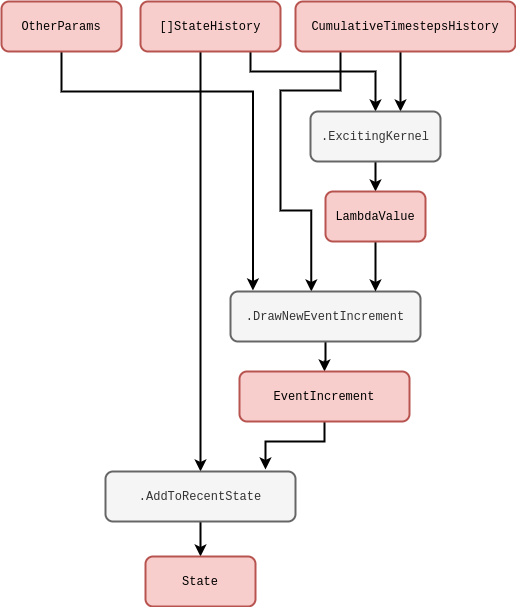
The draw.io diagram assets/stochadexI/stochadexI-hawkes-process.drawio.png in umbralcalc/umbralcalc.github.io, before a commit. Source tidied: cells renumbered, new cells last; positions are measured from the earlier drawing's top-left corner, leaving out a move shared by most shapes.
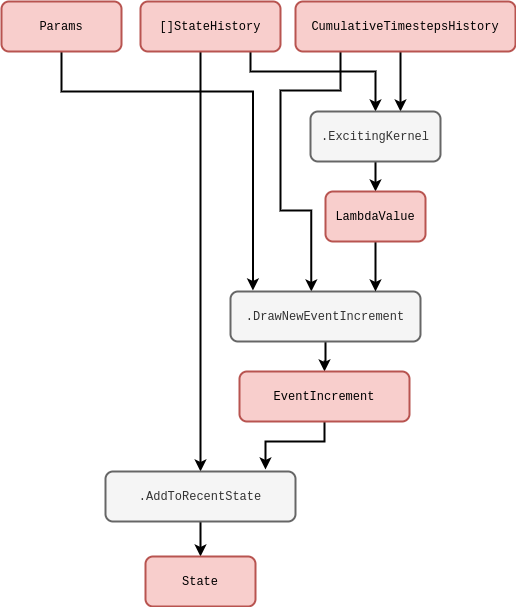
The same diagram one commit later.

What changed in the source:
```diff
@@ -48,7 +48,7 @@
         </Array>
       </mxGeometry>
     </mxCell>
-    <mxCell id="7" value="&lt;font face=&quot;Courier New&quot;&gt;OtherParams&lt;/font&gt;" style="rounded=1;whiteSpace=wrap;html=1;strokeWidth=2;fillColor=#f8cecc;strokeColor=#b85450;" parent="1" vertex="1">
+    <mxCell id="7" value="&lt;font face=&quot;Courier New&quot;&gt;Params&lt;/font&gt;" style="rounded=1;whiteSpace=wrap;html=1;strokeWidth=2;fillColor=#f8cecc;strokeColor=#b85450;" parent="1" vertex="1">
       <mxGeometry width="120" height="50" as="geometry" />
     </mxCell>
     <mxCell id="8" style="edgeStyle=orthogonalEdgeStyle;rounded=0;jettySize=auto;html=1;strokeWidth=2;" parent="1" edge="1" source="9" target="10">
```
